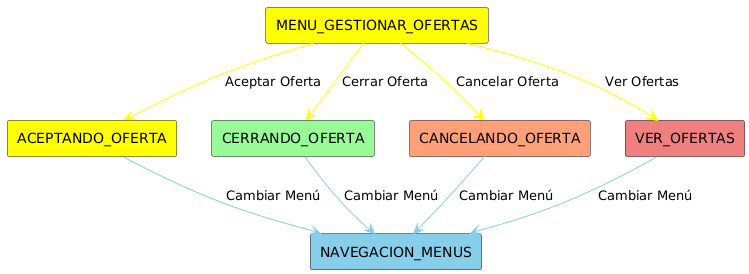
Before: modelosUML/CasosDeUso/Imagenes/png/FotosContexto/ContextoAdministradorOfertas.png, a diagram exported from PlantUML (mmasias/24-25-IdSw1-SDR). Source of this version:
```plantuml
@startuml
!define RECTANGLE(x) rectangle x

RECTANGLE(MENU_GESTIONAR_OFERTAS) #Yellow
RECTANGLE(ACEPTANDO_OFERTA) #Yellow
RECTANGLE(CERRANDO_OFERTA) #PaleGreen
RECTANGLE(CANCELANDO_OFERTA) #LightSalmon
RECTANGLE(VER_OFERTAS) #LightCoral
RECTANGLE(NAVEGACION_MENUS) #SkyBlue

MENU_GESTIONAR_OFERTAS -[#Yellow]-> ACEPTANDO_OFERTA : Aceptar Oferta
ACEPTANDO_OFERTA -[#SkyBlue]-> NAVEGACION_MENUS : Cambiar Menú

MENU_GESTIONAR_OFERTAS -[#Yellow]-> CERRANDO_OFERTA : Cerrar Oferta
CERRANDO_OFERTA -[#SkyBlue]-> NAVEGACION_MENUS : Cambiar Menú

MENU_GESTIONAR_OFERTAS -[#Yellow]-> CANCELANDO_OFERTA : Cancelar Oferta
CANCELANDO_OFERTA -[#SkyBlue]-> NAVEGACION_MENUS : Cambiar Menú

MENU_GESTIONAR_OFERTAS -[#Yellow]-> VER_OFERTAS : Ver Ofertas
VER_OFERTAS -[#SkyBlue]-> NAVEGACION_MENUS : Cambiar Menú
@enduml
```
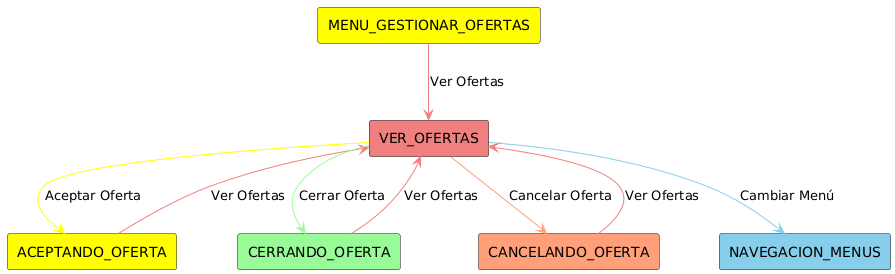
The same diagram one commit later.

Change to the diagram source:
```diff
@@ -2,21 +2,20 @@
 !define RECTANGLE(x) rectangle x
 
 RECTANGLE(MENU_GESTIONAR_OFERTAS) #Yellow
+RECTANGLE(VER_OFERTAS) #LightCoral
 RECTANGLE(ACEPTANDO_OFERTA) #Yellow
 RECTANGLE(CERRANDO_OFERTA) #PaleGreen
 RECTANGLE(CANCELANDO_OFERTA) #LightSalmon
-RECTANGLE(VER_OFERTAS) #LightCoral
 RECTANGLE(NAVEGACION_MENUS) #SkyBlue
 
-MENU_GESTIONAR_OFERTAS -[#Yellow]-> ACEPTANDO_OFERTA : Aceptar Oferta
-ACEPTANDO_OFERTA -[#SkyBlue]-> NAVEGACION_MENUS : Cambiar Menú
+MENU_GESTIONAR_OFERTAS -[#LightCoral]-> VER_OFERTAS : Ver Ofertas
+VER_OFERTAS -[#SkyBlue]-> NAVEGACION_MENUS : Cambiar Menú
 
-MENU_GESTIONAR_OFERTAS -[#Yellow]-> CERRANDO_OFERTA : Cerrar Oferta
-CERRANDO_OFERTA -[#SkyBlue]-> NAVEGACION_MENUS : Cambiar Menú
+VER_OFERTAS -[#Yellow]-> ACEPTANDO_OFERTA : Aceptar Oferta
+VER_OFERTAS -[#PaleGreen]-> CERRANDO_OFERTA : Cerrar Oferta
+VER_OFERTAS -[#LightSalmon]-> CANCELANDO_OFERTA : Cancelar Oferta
 
-MENU_GESTIONAR_OFERTAS -[#Yellow]-> CANCELANDO_OFERTA : Cancelar Oferta
-CANCELANDO_OFERTA -[#SkyBlue]-> NAVEGACION_MENUS : Cambiar Menú
-
-MENU_GESTIONAR_OFERTAS -[#Yellow]-> VER_OFERTAS : Ver Ofertas
-VER_OFERTAS -[#SkyBlue]-> NAVEGACION_MENUS : Cambiar Menú
+ACEPTANDO_OFERTA -[#LightCoral]-> VER_OFERTAS : Ver Ofertas
+CERRANDO_OFERTA -[#LightCoral]-> VER_OFERTAS : Ver Ofertas
+CANCELANDO_OFERTA -[#LightCoral]-> VER_OFERTAS :  Ver Ofertas
 @enduml
```
